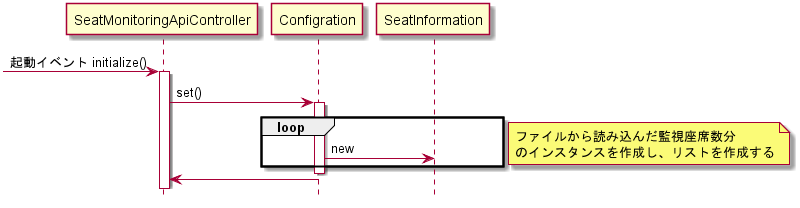
Earlier version of the PlantUML export doc/詳細設計/詳細設計書/構成図/SeatMonitoringAPI起動シーケンス図.png (KeisukeSugita/Seat-monitoring-system).
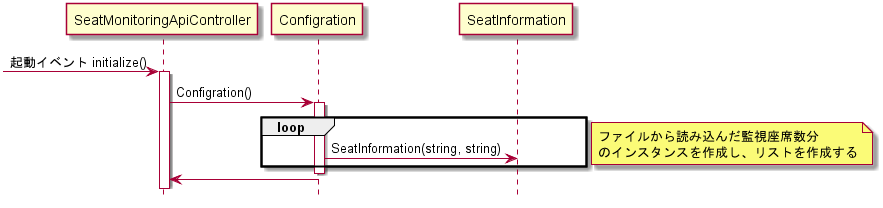
The same file after the commit.

Change to the diagram source:
```diff
@@ -7,11 +7,11 @@
 
 -> SeatMonitoringApiController :起動イベント initialize()
 activate SeatMonitoringApiController
-SeatMonitoringApiController -> Configration : set()
+SeatMonitoringApiController -> Configration : Configration()
 activate Configration
 
 loop
-	Configration -> SeatInformation :new
+	Configration -> SeatInformation :SeatInformation(string, string)
 end
 note right
 	ファイルから読み込んだ監視座席数分
```
